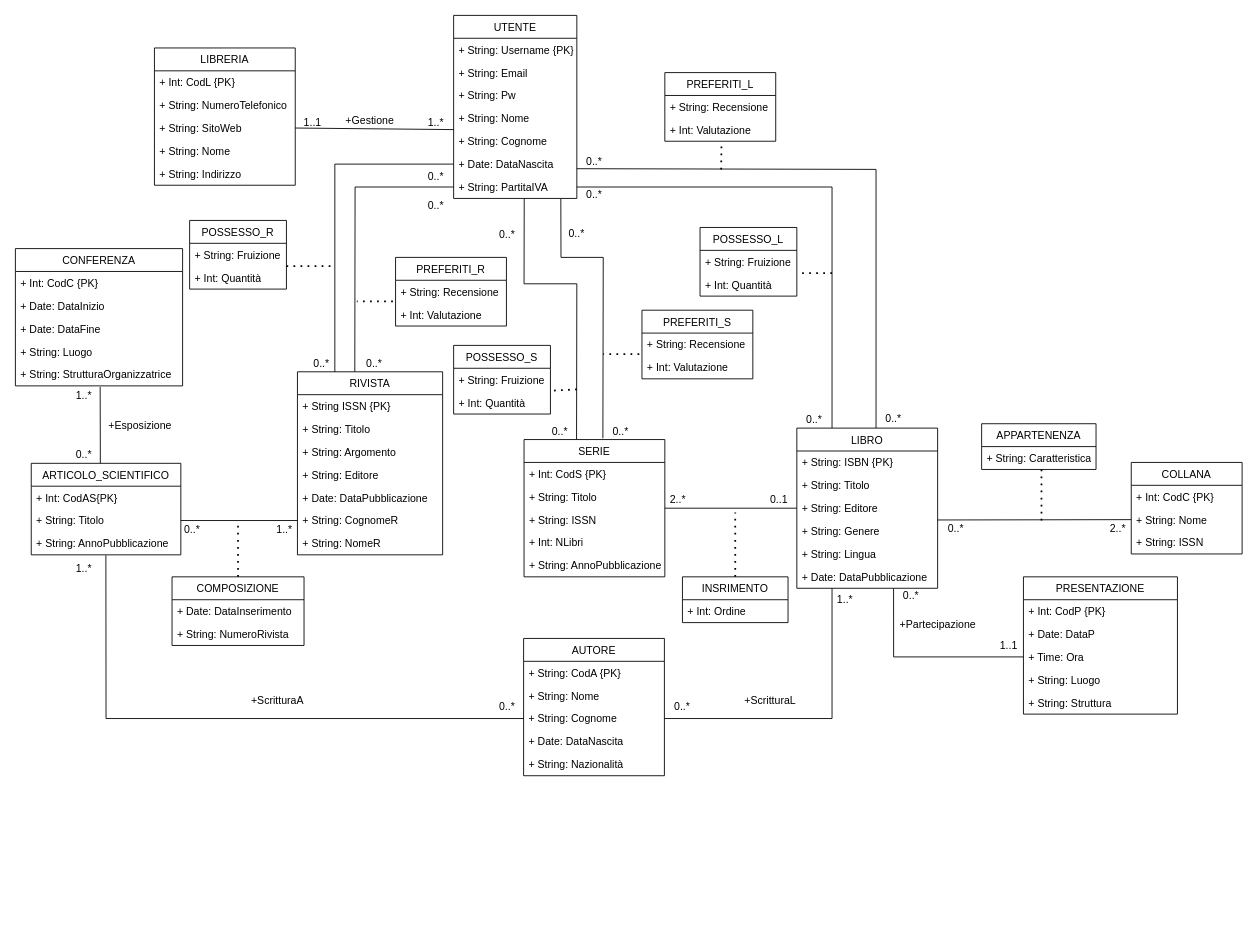
The draw.io diagram DiagrammaUML(ristrutturato).drawio in Giovk/Sistema-di-una-Bibleoteca-Digitale, before the edit. Source tidied: cells renumbered, new cells numbered last; positions are measured from the earlier drawing's top-left corner, leaving out a move shared by most shapes. Both pictures are drawn from the tidied source at 88%, with x=0, y=0 at pixel (15, 15).
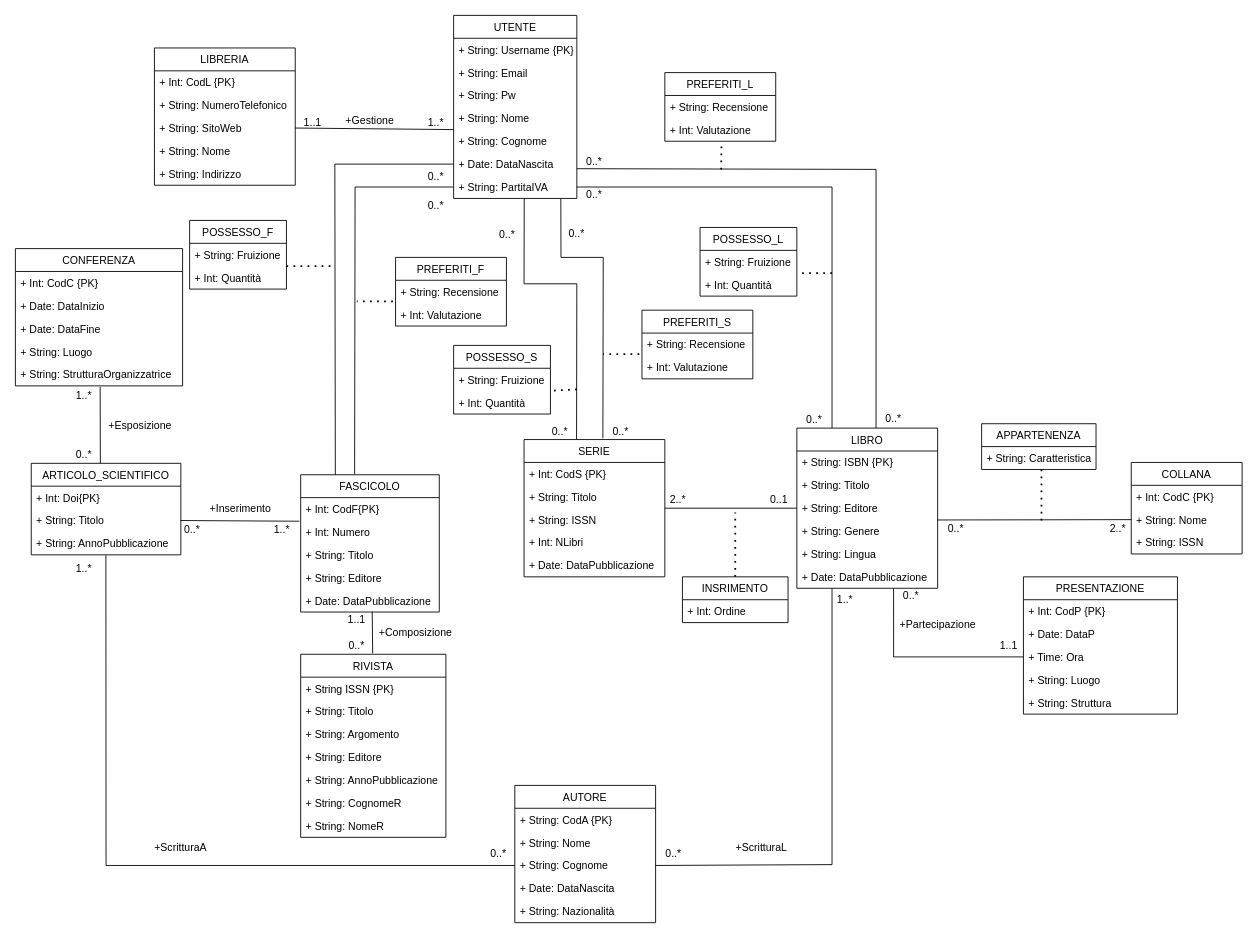
After the change.

Unchanged cells that the change refers to:
```xml
<mxCell id="8" value="+ Date: DataNascita" style="text;strokeColor=none;fillColor=none;align=left;verticalAlign=top;spacingLeft=4;spacingRight=4;overflow=hidden;points=[[0,0.5],[1,0.5]];portConstraint=eastwest;" parent="2" vertex="1">
  <mxGeometry y="156" width="140" height="26" as="geometry" />
</mxCell>
<mxCell id="9" value="+ String: PartitaIVA" style="text;strokeColor=none;fillColor=none;align=left;verticalAlign=top;spacingLeft=4;spacingRight=4;overflow=hidden;points=[[0,0.5],[1,0.5]];portConstraint=eastwest;" parent="2" vertex="1">
  <mxGeometry y="182" width="140" height="26" as="geometry" />
</mxCell>
<mxCell id="42" value="SERIE" style="swimlane;fontStyle=0;horizontal=1;startSize=26;fillColor=none;" parent="1" vertex="1">
  <mxGeometry x="578" y="482" width="160" height="156" as="geometry" />
</mxCell>
<mxCell id="62" value="LIBRO" style="swimlane;fontStyle=0;horizontal=1;startSize=26;fillColor=none;" parent="1" vertex="1">
  <mxGeometry x="888" y="469" width="160" height="182" as="geometry" />
</mxCell>
<mxCell id="108" value="ARTICOLO_SCIENTIFICO" style="swimlane;fontStyle=0;horizontal=1;startSize=26;fillColor=none;" parent="1" vertex="1">
  <mxGeometry x="18" y="509" width="170" height="104" as="geometry" />
</mxCell>
<mxCell id="110" value="+ String: Titolo" style="text;strokeColor=none;fillColor=none;align=left;verticalAlign=top;spacingLeft=4;spacingRight=4;overflow=hidden;points=[[0,0.5],[1,0.5]];portConstraint=eastwest;" parent="108" vertex="1">
  <mxGeometry y="52" width="170" height="26" as="geometry" />
</mxCell>
<mxCell id="111" value="+ String: AnnoPubblicazione" style="text;strokeColor=none;fillColor=none;align=left;verticalAlign=top;spacingLeft=4;spacingRight=4;overflow=hidden;points=[[0,0.5],[1,0.5]];portConstraint=eastwest;" parent="108" vertex="1">
  <mxGeometry y="78" width="170" height="26" as="geometry" />
</mxCell>
<mxCell id="129" value="+ String: Cognome" style="text;strokeColor=none;fillColor=none;align=left;verticalAlign=top;spacingLeft=4;spacingRight=4;overflow=hidden;points=[[0,0.5],[1,0.5]];portConstraint=eastwest;" parent="126" vertex="1">
  <mxGeometry y="78" width="160" height="26" as="geometry" />
</mxCell>
```

The edit, as a diff of the source:
```diff
@@
     <mxCell id="20" value="RIVISTA" style="swimlane;fontStyle=0;horizontal=1;startSize=26;fillColor=none;" parent="1" vertex="1">
-      <mxGeometry x="320.5" y="405" width="165" height="208" as="geometry" />
+      <mxGeometry x="324.2" y="726" width="165" height="208" as="geometry" />
     </mxCell>
@@
-    <mxCell id="25" value="+ Date: DataPubblicazione" style="text;strokeColor=none;fillColor=none;align=left;verticalAlign=top;spacingLeft=4;spacingRight=4;overflow=hidden;" parent="20" vertex="1">
+    <mxCell id="25" value="+ String: AnnoPubblicazione" style="text;strokeColor=none;fillColor=none;align=left;verticalAlign=top;spacingLeft=4;spacingRight=4;overflow=hidden;" parent="20" vertex="1">
       <mxGeometry y="130" width="165" height="26" as="geometry" />
     </mxCell>
@@
-    <mxCell id="28" value="POSSESSO_R" style="swimlane;fontStyle=0;horizontal=1;startSize=26;fillColor=none;" parent="1" vertex="1">
+    <mxCell id="28" value="POSSESSO_F" style="swimlane;fontStyle=0;horizontal=1;startSize=26;fillColor=none;" parent="1" vertex="1">
       <mxGeometry x="198" y="233" width="110" height="78" as="geometry" />
     </mxCell>
@@
     <mxCell id="32" value="0..*" style="text;html=1;strokeColor=none;fillColor=none;align=center;verticalAlign=middle;whiteSpace=wrap;rounded=0;" parent="1" vertex="1">
-      <mxGeometry x="318" y="387" width="60" height="18" as="geometry" />
+      <mxGeometry x="358" y="708" width="60" height="18" as="geometry" />
     </mxCell>
-    <mxCell id="33" style="endArrow=none;html=1;rounded=0;entryX=0;entryY=0.5;entryDx=0;entryDy=0;exitX=0.75;exitY=1;exitDx=0;exitDy=0;" parent="1" edge="1" source="32" target="8">
+    <mxCell id="33" style="endArrow=none;html=1;rounded=0;entryX=0;entryY=0.5;entryDx=0;entryDy=0;exitX=0.25;exitY=0;exitDx=0;exitDy=0;" parent="1" edge="1" source="144" target="8">
       <mxGeometry relative="1" as="geometry">
         <Array as="points">
           <mxPoint x="363" y="169" />
         </Array>
       </mxGeometry>
     </mxCell>
@@
-    <mxCell id="35" style="endArrow=none;html=1;rounded=0;exitX=0.395;exitY=-0.001;exitDx=0;exitDy=0;exitPerimeter=0;" parent="1" edge="1" source="20" target="9">
+    <mxCell id="35" style="endArrow=none;html=1;rounded=0;exitX=0.389;exitY=-0.004;exitDx=0;exitDy=0;exitPerimeter=0;" parent="1" edge="1" source="144" target="9">
       <mxGeometry relative="1" as="geometry">
         <Array as="points">
           <mxPoint x="386" y="195" />
         </Array>
       </mxGeometry>
     </mxCell>
@@
-    <mxCell id="37" value="0..*" style="text;html=1;strokeColor=none;fillColor=none;align=center;verticalAlign=middle;whiteSpace=wrap;rounded=0;" parent="1" vertex="1">
-      <mxGeometry x="378" y="387" width="60" height="18" as="geometry" />
-    </mxCell>
-    <mxCell id="38" value="PREFERITI_R" style="swimlane;fontStyle=0;horizontal=1;startSize=26;fillColor=none;" parent="1" vertex="1">
+    <mxCell id="38" value="PREFERITI_F" style="swimlane;fontStyle=0;horizontal=1;startSize=26;fillColor=none;" parent="1" vertex="1">
       <mxGeometry x="432" y="275" width="126" height="78" as="geometry" />
     </mxCell>
@@
-    <mxCell id="47" value="+ String: AnnoPubblicazione" style="text;strokeColor=none;fillColor=none;align=left;verticalAlign=top;spacingLeft=4;spacingRight=4;overflow=hidden;" parent="42" vertex="1">
+    <mxCell id="47" value="+ Date: DataPubblicazione" style="text;strokeColor=none;fillColor=none;align=left;verticalAlign=top;spacingLeft=4;spacingRight=4;overflow=hidden;" parent="42" vertex="1">
       <mxGeometry y="130" width="160" height="26" as="geometry" />
     </mxCell>
@@
-    <mxCell id="109" value="+ Int: CodAS{PK}" style="text;strokeColor=none;fillColor=none;align=left;verticalAlign=top;spacingLeft=4;spacingRight=4;overflow=hidden;" parent="108" vertex="1">
+    <mxCell id="109" value="+ Int: Doi{PK}" style="text;strokeColor=none;fillColor=none;align=left;verticalAlign=top;spacingLeft=4;spacingRight=4;overflow=hidden;" parent="108" vertex="1">
       <mxGeometry y="26" width="170" height="26" as="geometry" />
     </mxCell>
@@
-    <mxCell id="112" style="endArrow=none;html=1;rounded=0;entryX=0;entryY=0.5;entryDx=0;entryDy=0;exitX=1;exitY=0.5;exitDx=0;exitDy=0;" parent="1" edge="1" source="110">
-      <mxGeometry relative="1" as="geometry">
-        <mxPoint x="320.5" y="574" as="targetPoint" />
-      </mxGeometry>
+    <mxCell id="112" style="endArrow=none;html=1;rounded=0;exitX=1;exitY=0.5;exitDx=0;exitDy=0;entryX=-0.009;entryY=0.031;entryDx=0;entryDy=0;entryPerimeter=0;" parent="1" edge="1" source="110" target="146">
+      <mxGeometry relative="1" as="geometry" />
     </mxCell>
@@
-    <mxCell id="123" value="1..*" style="text;html=1;strokeColor=none;fillColor=none;align=center;verticalAlign=middle;whiteSpace=wrap;rounded=0;" parent="1" vertex="1">
-      <mxGeometry x="276" y="576" width="60" height="18" as="geometry" />
-    </mxCell>
@@
     <mxCell id="126" value="AUTORE" style="swimlane;fontStyle=0;horizontal=1;startSize=26;fillColor=none;" parent="1" vertex="1">
-      <mxGeometry x="577.5" y="708" width="160" height="156" as="geometry" />
+      <mxGeometry x="567.5" y="875" width="160" height="156" as="geometry" />
     </mxCell>
@@
     <mxCell id="132" style="endArrow=none;html=1;rounded=0;entryX=0;entryY=0.5;entryDx=0;entryDy=0;exitX=0.499;exitY=1.022;exitDx=0;exitDy=0;exitPerimeter=0;" parent="1" edge="1" source="111" target="129">
       <mxGeometry relative="1" as="geometry">
         <Array as="points">
-          <mxPoint x="103" y="799" />
+          <mxPoint x="103" y="966" />
         </Array>
       </mxGeometry>
     </mxCell>
     <mxCell id="133" style="endArrow=none;html=1;rounded=0;exitX=1;exitY=0.5;exitDx=0;exitDy=0;entryX=0.25;entryY=1;entryDx=0;entryDy=0;" parent="1" edge="1" source="129" target="62">
       <mxGeometry relative="1" as="geometry">
         <Array as="points">
-          <mxPoint x="928" y="799" />
+          <mxPoint x="928" y="965" />
         </Array>
       </mxGeometry>
     </mxCell>
     <mxCell id="134" value="0..*" style="text;html=1;strokeColor=none;fillColor=none;align=center;verticalAlign=middle;whiteSpace=wrap;rounded=0;" parent="1" vertex="1">
-      <mxGeometry x="727.5" y="777" width="60" height="18" as="geometry" />
+      <mxGeometry x="717.5" y="944" width="60" height="18" as="geometry" />
     </mxCell>
     <mxCell id="135" value="0..*" style="text;html=1;strokeColor=none;fillColor=none;align=center;verticalAlign=middle;whiteSpace=wrap;rounded=0;" parent="1" vertex="1">
-      <mxGeometry x="528.5" y="777" width="60" height="18" as="geometry" />
+      <mxGeometry x="518.5" y="944" width="60" height="18" as="geometry" />
     </mxCell>
@@
     <mxCell id="138" value="+ScritturaA" style="text;html=1;strokeColor=none;fillColor=none;align=center;verticalAlign=middle;whiteSpace=wrap;rounded=0;" parent="1" vertex="1">
-      <mxGeometry x="268" y="764" width="60" height="30" as="geometry" />
+      <mxGeometry x="158" y="931" width="60" height="30" as="geometry" />
     </mxCell>
     <mxCell id="139" value="+ScritturaL" style="text;html=1;strokeColor=none;fillColor=none;align=center;verticalAlign=middle;whiteSpace=wrap;rounded=0;" parent="1" vertex="1">
-      <mxGeometry x="828" y="764" width="60" height="30" as="geometry" />
+      <mxGeometry x="818" y="931" width="60" height="30" as="geometry" />
     </mxCell>
-    <mxCell id="140" value="COMPOSIZIONE" style="swimlane;fontStyle=0;horizontal=1;startSize=26;fillColor=none;" parent="1" vertex="1">
-      <mxGeometry x="178" y="638" width="150" height="78" as="geometry" />
-    </mxCell>
-    <mxCell id="141" value="+ Date: DataInserimento" style="text;strokeColor=none;fillColor=none;align=left;verticalAlign=top;spacingLeft=4;spacingRight=4;overflow=hidden;" parent="140" vertex="1">
-      <mxGeometry y="26" width="150" height="26" as="geometry" />
-    </mxCell>
-    <mxCell id="142" value="+ String: NumeroRivista" style="text;strokeColor=none;fillColor=none;align=left;verticalAlign=top;spacingLeft=4;spacingRight=4;overflow=hidden;" parent="140" vertex="1">
-      <mxGeometry y="52" width="150" height="26" as="geometry" />
-    </mxCell>
-    <mxCell id="143" style="endArrow=none;dashed=1;html=1;dashPattern=1 3;strokeWidth=2;rounded=0;exitX=0.5;exitY=0;exitDx=0;exitDy=0;" parent="1" edge="1" source="140">
-      <mxGeometry relative="1" as="geometry">
-        <mxPoint x="253" y="575" as="targetPoint" />
-      </mxGeometry>
-    </mxCell>
+    <mxCell id="144" value="FASCICOLO" style="swimlane;fontStyle=0;horizontal=1;startSize=26;fillColor=none;" parent="1" vertex="1">
+      <mxGeometry x="324.2" y="522" width="157.5" height="156" as="geometry" />
+    </mxCell>
+    <mxCell id="145" value="+ Int: CodF{PK}" style="text;strokeColor=none;fillColor=none;align=left;verticalAlign=top;spacingLeft=4;spacingRight=4;overflow=hidden;" parent="144" vertex="1">
+      <mxGeometry y="26" width="157.5" height="26" as="geometry" />
+    </mxCell>
+    <mxCell id="146" value="+ Int: Numero" style="text;strokeColor=none;fillColor=none;align=left;verticalAlign=top;spacingLeft=4;spacingRight=4;overflow=hidden;points=[[0,0.5],[1,0.5]];portConstraint=eastwest;" parent="144" vertex="1">
+      <mxGeometry y="52" width="157.5" height="26" as="geometry" />
+    </mxCell>
+    <mxCell id="147" value="+ String: Titolo" style="text;strokeColor=none;fillColor=none;align=left;verticalAlign=top;spacingLeft=4;spacingRight=4;overflow=hidden;" parent="144" vertex="1">
+      <mxGeometry y="78" width="157.5" height="26" as="geometry" />
+    </mxCell>
+    <mxCell id="148" value="+ String: Editore" style="text;strokeColor=none;fillColor=none;align=left;verticalAlign=top;spacingLeft=4;spacingRight=4;overflow=hidden;" parent="144" vertex="1">
+      <mxGeometry y="104" width="157.5" height="26" as="geometry" />
+    </mxCell>
+    <mxCell id="149" value="+ Date: DataPubblicazione" style="text;strokeColor=none;fillColor=none;align=left;verticalAlign=top;spacingLeft=4;spacingRight=4;overflow=hidden;points=[[0,0.5],[1,0.5]];portConstraint=eastwest;" parent="144" vertex="1">
+      <mxGeometry y="130" width="157.5" height="26" as="geometry" />
+    </mxCell>
+    <mxCell id="150" value="+Inserimento" style="text;html=1;strokeColor=none;fillColor=none;align=center;verticalAlign=middle;whiteSpace=wrap;rounded=0;" parent="1" vertex="1">
+      <mxGeometry x="206" y="546" width="100" height="30" as="geometry" />
+    </mxCell>
+    <mxCell id="123" value="1..*" style="text;html=1;strokeColor=none;fillColor=none;align=center;verticalAlign=middle;whiteSpace=wrap;rounded=0;" parent="1" vertex="1">
+      <mxGeometry x="273" y="576" width="60" height="18" as="geometry" />
+    </mxCell>
+    <mxCell id="151" style="endArrow=none;html=1;rounded=0;entryX=0.516;entryY=0.98;entryDx=0;entryDy=0;entryPerimeter=0;" parent="1" edge="1" target="149">
+      <mxGeometry relative="1" as="geometry">
+        <mxPoint x="406" y="725" as="sourcePoint" />
+      </mxGeometry>
+    </mxCell>
+    <mxCell id="152" value="1..1" style="text;html=1;strokeColor=none;fillColor=none;align=center;verticalAlign=middle;whiteSpace=wrap;rounded=0;" parent="1" vertex="1">
+      <mxGeometry x="358" y="678" width="60" height="18" as="geometry" />
+    </mxCell>
+    <mxCell id="153" value="+Composizione" style="text;html=1;strokeColor=none;fillColor=none;align=center;verticalAlign=middle;whiteSpace=wrap;rounded=0;" parent="1" vertex="1">
+      <mxGeometry x="405" y="687" width="100" height="30" as="geometry" />
+    </mxCell>
```
